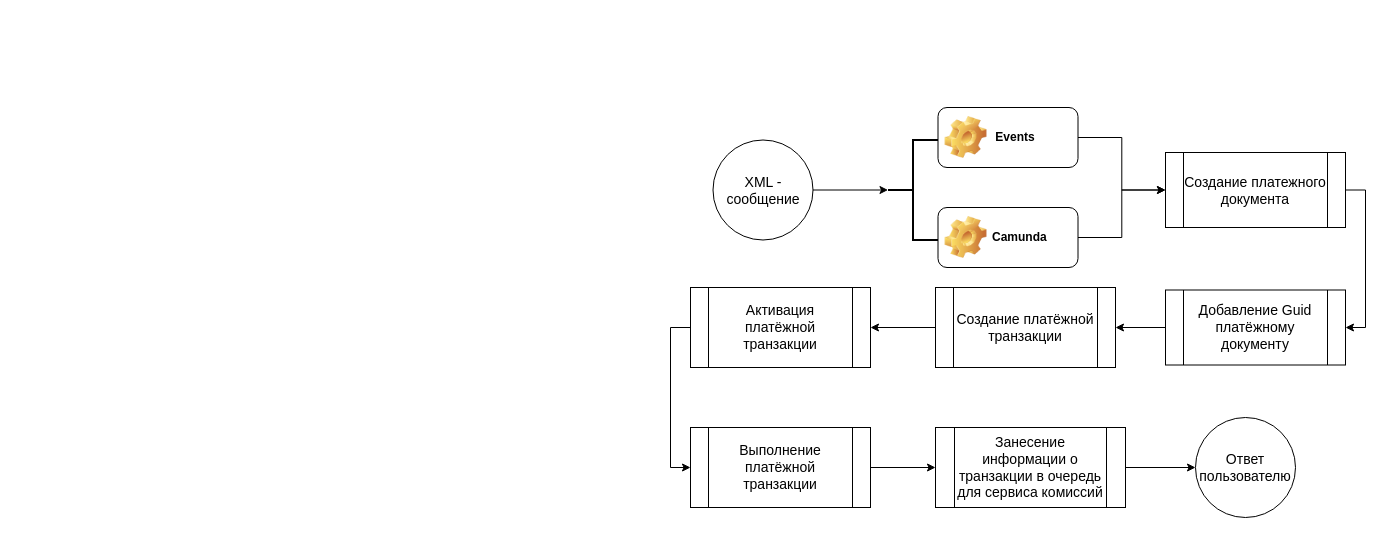
The draw.io diagram files/payment.drawio in Danis0n/bachalore-project, before the edit. Source tidied: cells renumbered, new cells numbered last; positions are measured from the earlier drawing's top-left corner, leaving out a move shared by most shapes. Both pictures are drawn from the tidied source at 100%, with x=0, y=0 at pixel (690, 107).
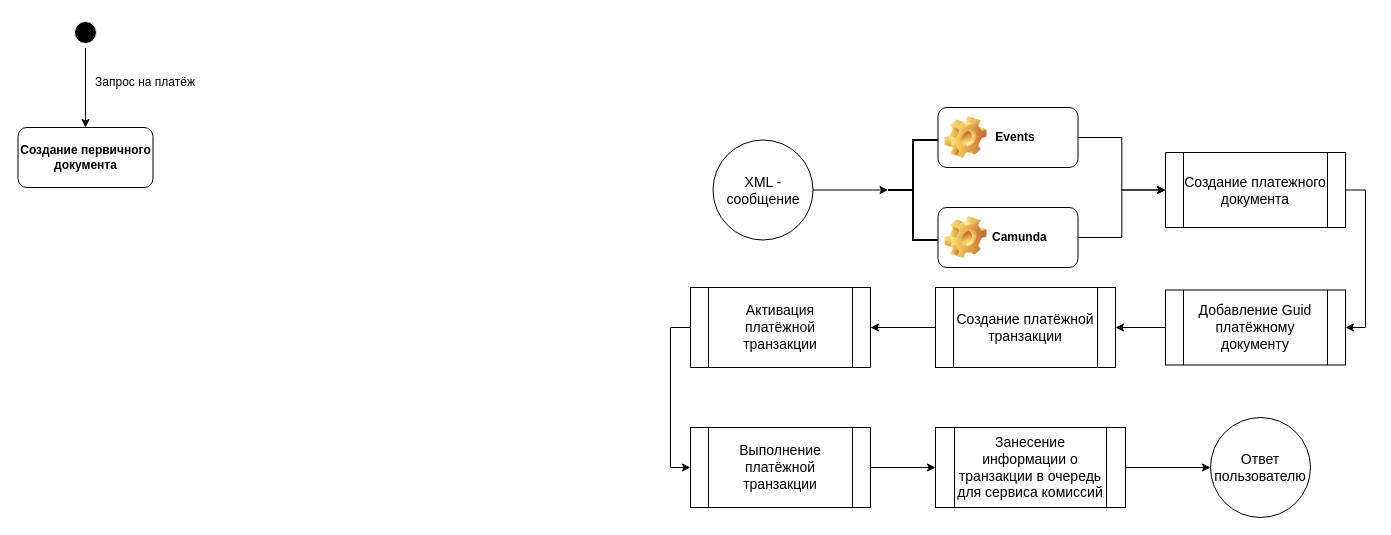
After the change.

Change to the diagram source:
```diff
@@
     <mxCell id="16" value="&lt;font style=&quot;font-size: 14px;&quot;&gt;Ответ пользователю&lt;/font&gt;" style="ellipse;whiteSpace=wrap;html=1;" parent="1" vertex="1">
-      <mxGeometry x="505" y="310" width="100" height="100" as="geometry" />
+      <mxGeometry x="520" y="310" width="100" height="100" as="geometry" />
     </mxCell>
@@
+    <mxCell id="22" style="edgeStyle=orthogonalEdgeStyle;rounded=0;jettySize=auto;html=1;entryX=0.5;entryY=0;entryDx=0;entryDy=0;" parent="1" edge="1" source="23" target="24">
+      <mxGeometry relative="1" as="geometry" />
+    </mxCell>
+    <mxCell id="23" style="ellipse;html=1;shape=endState;fillColor=#000000;strokeColor=#fff;" parent="1" vertex="1">
+      <mxGeometry x="-620" y="-90" width="30" height="30" as="geometry" />
+    </mxCell>
+    <mxCell id="24" value="&lt;b&gt;Создание первичного документа&lt;/b&gt;" style="rounded=1;whiteSpace=wrap;html=1;" parent="1" vertex="1">
+      <mxGeometry x="-672.5" y="20" width="135" height="60" as="geometry" />
+    </mxCell>
+    <mxCell id="25" value="Запрос на платёж" style="text;html=1;strokeColor=none;fillColor=none;align=center;verticalAlign=middle;whiteSpace=wrap;rounded=0;" parent="1" vertex="1">
+      <mxGeometry x="-600" y="-40" width="110" height="30" as="geometry" />
+    </mxCell>
```
